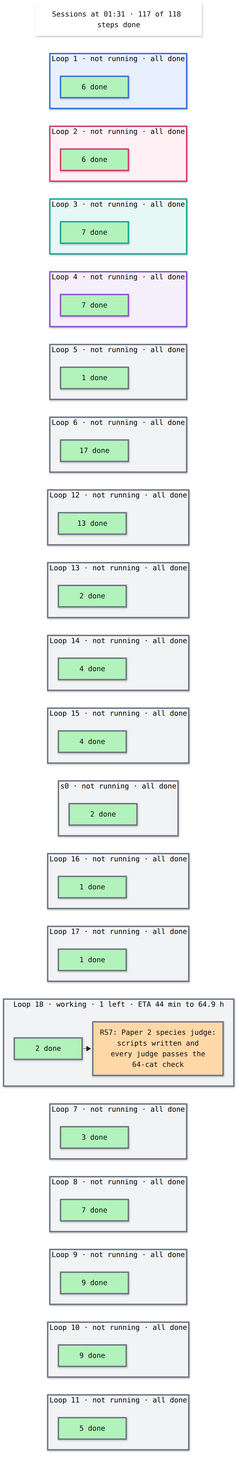
Before: artifacts/notes/progress/sessions.png, a diagram exported from Mermaid (mo-rsa24/concept-composition). Its source is kept beside it as artifacts/notes/progress/sessions.mmd. The source it was exported from:
```mermaid
%%{init: {'theme': 'base', 'themeVariables': {'fontFamily': 'monospace', 'primaryColor': '#ffffff', 'primaryBorderColor': '#222222', 'primaryTextColor': '#111111', 'lineColor': '#222222'}, 'flowchart': {'nodeSpacing': 16, 'rankSpacing': 26}}}%%
flowchart TB
  classDef done fill:#b2f2bb,color:#111111
  classDef doing fill:#ffd8a8,color:#111111
  classDef todo fill:#e9ecef,color:#111111
  classDef note fill:#ffffff,stroke:#c92a2a,stroke-dasharray:5 5,color:#c92a2a
  now["Sessions at 01:31 · 117 of 118 steps done"]
  style now fill:#ffffff,stroke:#ffffff,color:#111111
  subgraph L0["Loop 1 · not running · all done"]
    direction LR
    d0["6 done"]:::done
  end
  subgraph L1["Loop 2 · not running · all done"]
    direction LR
    d1["6 done"]:::done
  end
  subgraph L2["Loop 3 · not running · all done"]
    direction LR
    d2["7 done"]:::done
  end
  subgraph L3["Loop 4 · not running · all done"]
    direction LR
    d3["7 done"]:::done
  end
  subgraph L4["Loop 5 · not running · all done"]
    direction LR
    d4["1 done"]:::done
  end
  subgraph L5["Loop 6 · not running · all done"]
    direction LR
    d5["17 done"]:::done
  end
  subgraph L6["Loop 12 · not running · all done"]
    direction LR
    d6["13 done"]:::done
  end
  subgraph L7["Loop 13 · not running · all done"]
    direction LR
    d7["2 done"]:::done
  end
  subgraph L8["Loop 14 · not running · all done"]
    direction LR
    d8["4 done"]:::done
  end
  subgraph L9["Loop 15 · not running · all done"]
    direction LR
    d9["4 done"]:::done
  end
  subgraph L10["s0 · not running · all done"]
    direction LR
    d10["2 done"]:::done
  end
  subgraph L11["Loop 16 · not running · all done"]
    direction LR
    d11["1 done"]:::done
  end
  subgraph L12["Loop 17 · not running · all done"]
    direction LR
    d12["1 done"]:::done
  end
  subgraph L13["Loop 18 · working · 1 left · ETA 44 min to 64.9 h"]
    direction LR
    d13["2 done"]:::done --> n_RS7["RS7: Paper 2 species judge:<br/>scripts written and<br/>every judge passes the<br/>64-cat check"]:::doing
  end
  subgraph L14["Loop 7 · not running · all done"]
    direction LR
    d14["3 done"]:::done
  end
  subgraph L15["Loop 8 · not running · all done"]
    direction LR
    d15["7 done"]:::done
  end
  subgraph L16["Loop 9 · not running · all done"]
    direction LR
    d16["9 done"]:::done
  end
  subgraph L17["Loop 10 · not running · all done"]
    direction LR
    d17["9 done"]:::done
  end
  subgraph L18["Loop 11 · not running · all done"]
    direction LR
    d18["5 done"]:::done
  end
  now ~~~ L0 ~~~ L1 ~~~ L2 ~~~ L3 ~~~ L4 ~~~ L5 ~~~ L6 ~~~ L7 ~~~ L8 ~~~ L9 ~~~ L10 ~~~ L11 ~~~ L12 ~~~ L13 ~~~ L14 ~~~ L15 ~~~ L16 ~~~ L17 ~~~ L18
  style L0 fill:#e8f0fd,stroke:#2f6fde,stroke-width:3px
  style d0 stroke:#2f6fde,stroke-width:3px
  style L1 fill:#fff0f6,stroke:#d6336c,stroke-width:3px
  style d1 stroke:#d6336c,stroke-width:3px
  style L2 fill:#e6f8f5,stroke:#12a594,stroke-width:3px
  style d2 stroke:#12a594,stroke-width:3px
  style L3 fill:#f5effb,stroke:#8e4ec6,stroke-width:3px
  style d3 stroke:#8e4ec6,stroke-width:3px
  style L4 fill:#f1f3f5,stroke:#6b7280,stroke-width:3px
  style d4 stroke:#6b7280,stroke-width:3px
  style L5 fill:#f1f3f5,stroke:#6b7280,stroke-width:3px
  style d5 stroke:#6b7280,stroke-width:3px
  style L6 fill:#f1f3f5,stroke:#6b7280,stroke-width:3px
  style d6 stroke:#6b7280,stroke-width:3px
  style L7 fill:#f1f3f5,stroke:#6b7280,stroke-width:3px
  style d7 stroke:#6b7280,stroke-width:3px
  style L8 fill:#f1f3f5,stroke:#6b7280,stroke-width:3px
  style d8 stroke:#6b7280,stroke-width:3px
  style L9 fill:#f1f3f5,stroke:#6b7280,stroke-width:3px
  style d9 stroke:#6b7280,stroke-width:3px
  style L10 fill:#f1f3f5,stroke:#6b7280,stroke-width:3px
  style d10 stroke:#6b7280,stroke-width:3px
  style L11 fill:#f1f3f5,stroke:#6b7280,stroke-width:3px
  style d11 stroke:#6b7280,stroke-width:3px
  style L12 fill:#f1f3f5,stroke:#6b7280,stroke-width:3px
  style d12 stroke:#6b7280,stroke-width:3px
  style L13 fill:#f1f3f5,stroke:#6b7280,stroke-width:3px
  style d13 stroke:#6b7280,stroke-width:3px
  style n_RS7 stroke:#6b7280,stroke-width:3px
  style L14 fill:#f1f3f5,stroke:#6b7280,stroke-width:3px
  style d14 stroke:#6b7280,stroke-width:3px
  style L15 fill:#f1f3f5,stroke:#6b7280,stroke-width:3px
  style d15 stroke:#6b7280,stroke-width:3px
  style L16 fill:#f1f3f5,stroke:#6b7280,stroke-width:3px
  style d16 stroke:#6b7280,stroke-width:3px
  style L17 fill:#f1f3f5,stroke:#6b7280,stroke-width:3px
  style d17 stroke:#6b7280,stroke-width:3px
  style L18 fill:#f1f3f5,stroke:#6b7280,stroke-width:3px
  style d18 stroke:#6b7280,stroke-width:3px
```
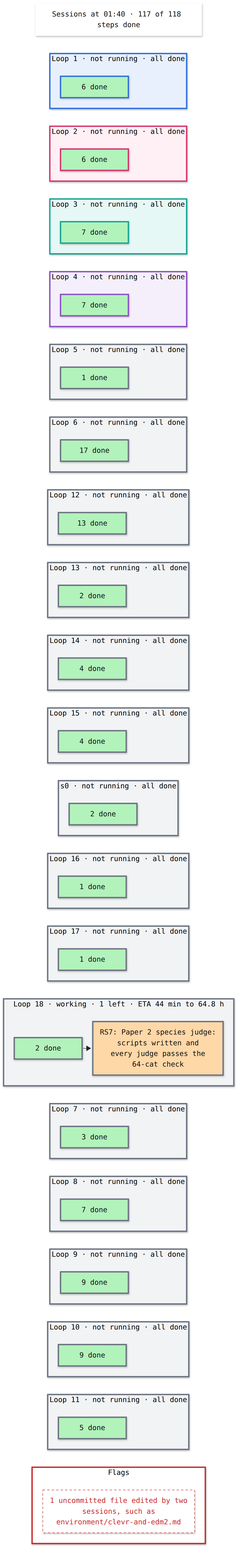
Later version of the same file.

Commit message:
Supervisor and map: CLEVR corrector reads on 626 seeds; 6,000 more joint scenes rendering (seed base 8,200,000)

Change to the diagram source:
```diff
@@ -4,7 +4,7 @@
   classDef doing fill:#ffd8a8,color:#111111
   classDef todo fill:#e9ecef,color:#111111
   classDef note fill:#ffffff,stroke:#c92a2a,stroke-dasharray:5 5,color:#c92a2a
-  now["Sessions at 01:31 · 117 of 118 steps done"]
+  now["Sessions at 01:40 · 117 of 118 steps done"]
   style now fill:#ffffff,stroke:#ffffff,color:#111111
   subgraph L0["Loop 1 · not running · all done"]
     direction LR
@@ -58,7 +58,7 @@
     direction LR
     d12["1 done"]:::done
   end
-  subgraph L13["Loop 18 · working · 1 left · ETA 44 min to 64.9 h"]
+  subgraph L13["Loop 18 · working · 1 left · ETA 44 min to 64.8 h"]
     direction LR
     d13["2 done"]:::done --> n_RS7["RS7: Paper 2 species judge:<br/>scripts written and<br/>every judge passes the<br/>64-cat check"]:::doing
   end
@@ -82,7 +82,11 @@
     direction LR
     d18["5 done"]:::done
   end
-  now ~~~ L0 ~~~ L1 ~~~ L2 ~~~ L3 ~~~ L4 ~~~ L5 ~~~ L6 ~~~ L7 ~~~ L8 ~~~ L9 ~~~ L10 ~~~ L11 ~~~ L12 ~~~ L13 ~~~ L14 ~~~ L15 ~~~ L16 ~~~ L17 ~~~ L18
+  subgraph L19["Flags"]
+    direction LR
+    flag0["1 uncommitted file edited by two<br/>sessions, such as<br/>environment/clevr-and-edm2.md"]:::note
+  end
+  now ~~~ L0 ~~~ L1 ~~~ L2 ~~~ L3 ~~~ L4 ~~~ L5 ~~~ L6 ~~~ L7 ~~~ L8 ~~~ L9 ~~~ L10 ~~~ L11 ~~~ L12 ~~~ L13 ~~~ L14 ~~~ L15 ~~~ L16 ~~~ L17 ~~~ L18 ~~~ L19
   style L0 fill:#e8f0fd,stroke:#2f6fde,stroke-width:3px
   style d0 stroke:#2f6fde,stroke-width:3px
   style L1 fill:#fff0f6,stroke:#d6336c,stroke-width:3px
@@ -122,3 +126,4 @@
   style d17 stroke:#6b7280,stroke-width:3px
   style L18 fill:#f1f3f5,stroke:#6b7280,stroke-width:3px
   style d18 stroke:#6b7280,stroke-width:3px
+  style L19 fill:#ffffff,stroke:#c92a2a,stroke-width:3px
```
